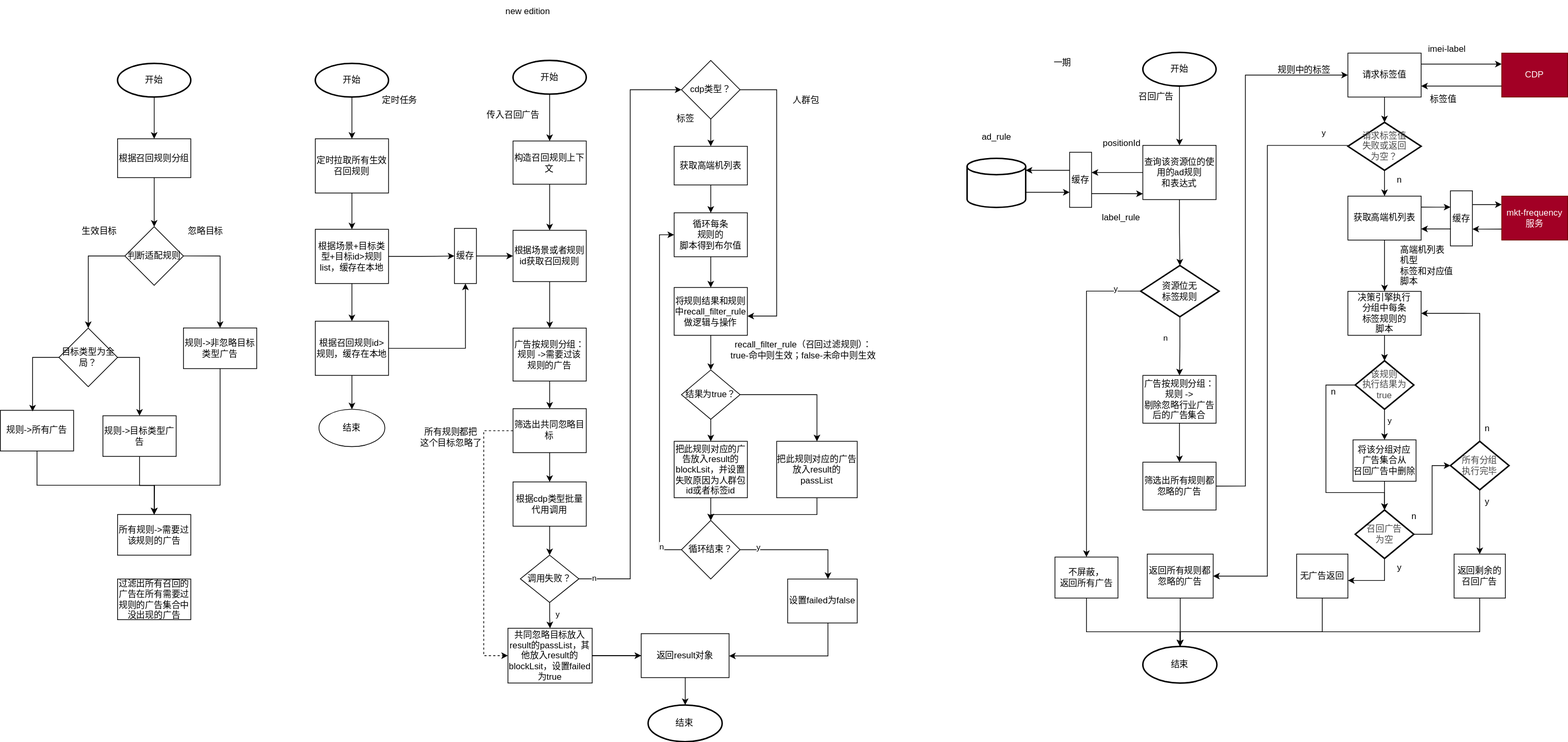
The draw.io diagram 标签频控.svg in WorryFreeCafe/diagram, before a commit. Source tidied: cells renumbered, new cells last; positions are measured from the earlier drawing's top-left corner, leaving out a move shared by most shapes.
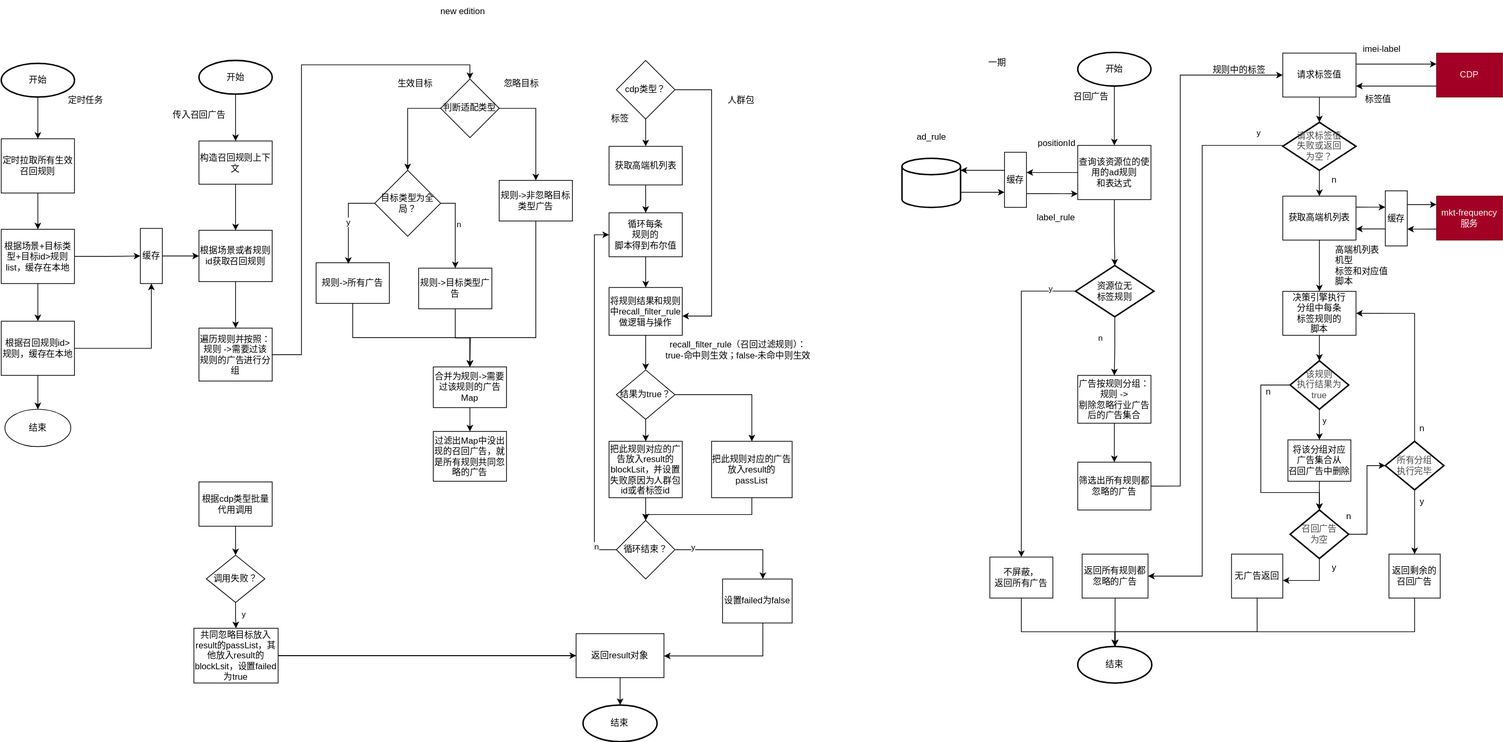
The same diagram one commit later.

Commit message:
更新标签频控.svg

Diff of the diagram source:
```diff
@@ -301,34 +301,34 @@
       <mxGeometry relative="1" as="geometry" />
     </mxCell>
     <mxCell id="76" value="构造召回规则上下文" style="rounded=0;whiteSpace=wrap;html=1;" parent="1" vertex="1">
-      <mxGeometry x="700" y="192" width="100" height="59" as="geometry" />
+      <mxGeometry x="360" y="192" width="100" height="59" as="geometry" />
     </mxCell>
     <mxCell id="77" style="edgeStyle=orthogonalEdgeStyle;rounded=0;jettySize=auto;html=1;" parent="1" edge="1" source="78" target="76">
       <mxGeometry relative="1" as="geometry" />
     </mxCell>
     <mxCell id="78" value="开始" style="strokeWidth=2;html=1;shape=mxgraph.flowchart.start_1;whiteSpace=wrap;" parent="1" vertex="1">
-      <mxGeometry x="700" y="82" width="100" height="46" as="geometry" />
+      <mxGeometry x="360" y="82" width="100" height="46" as="geometry" />
     </mxCell>
     <mxCell id="79" value="传入召回广告" style="text;html=1;align=center;verticalAlign=middle;strokeColor=none;fillColor=none;" parent="1" vertex="1">
-      <mxGeometry x="650" y="142.4" width="100" height="30" as="geometry" />
+      <mxGeometry x="310" y="142.4" width="100" height="30" as="geometry" />
     </mxCell>
     <mxCell id="80" style="edgeStyle=orthogonalEdgeStyle;rounded=0;jettySize=auto;html=1;" parent="1" edge="1" source="81" target="92">
       <mxGeometry relative="1" as="geometry" />
     </mxCell>
     <mxCell id="81" value="根据场景或者规则id获取召回规则" style="rounded=0;whiteSpace=wrap;html=1;" parent="1" vertex="1">
-      <mxGeometry x="700" y="313.9" width="100" height="70" as="geometry" />
+      <mxGeometry x="360" y="313.9" width="100" height="70" as="geometry" />
     </mxCell>
     <mxCell id="82" style="edgeStyle=orthogonalEdgeStyle;rounded=0;jettySize=auto;html=1;" parent="1" edge="1" source="83" target="88">
       <mxGeometry relative="1" as="geometry" />
     </mxCell>
     <mxCell id="83" value="定时拉取所有生效&lt;br&gt;召回规则" style="rounded=0;whiteSpace=wrap;html=1;" parent="1" vertex="1">
-      <mxGeometry x="430" y="189" width="100" height="74" as="geometry" />
+      <mxGeometry x="90" y="189" width="100" height="74" as="geometry" />
     </mxCell>
     <mxCell id="84" style="edgeStyle=orthogonalEdgeStyle;rounded=0;jettySize=auto;html=1;" parent="1" edge="1" source="85" target="83">
       <mxGeometry relative="1" as="geometry" />
     </mxCell>
     <mxCell id="85" value="开始" style="strokeWidth=2;html=1;shape=mxgraph.flowchart.start_1;whiteSpace=wrap;" parent="1" vertex="1">
-      <mxGeometry x="430" y="86" width="100" height="46" as="geometry" />
+      <mxGeometry x="90" y="86" width="100" height="46" as="geometry" />
     </mxCell>
     <mxCell id="86" style="edgeStyle=orthogonalEdgeStyle;rounded=0;jettySize=auto;html=1;entryX=0.5;entryY=0;entryDx=0;entryDy=0;" parent="1" edge="1" source="88" target="91">
       <mxGeometry relative="1" as="geometry" />
@@ -337,7 +337,7 @@
       <mxGeometry relative="1" as="geometry" />
     </mxCell>
     <mxCell id="88" value="根据场景+目标类型+目标id&amp;gt;规则list，缓存在本地" style="rounded=0;whiteSpace=wrap;html=1;" parent="1" vertex="1">
-      <mxGeometry x="430" y="312.6" width="100" height="74" as="geometry" />
+      <mxGeometry x="90" y="312.6" width="100" height="74" as="geometry" />
     </mxCell>
     <mxCell id="89" style="edgeStyle=orthogonalEdgeStyle;rounded=0;jettySize=auto;html=1;" parent="1" edge="1" source="91" target="128">
       <mxGeometry relative="1" as="geometry" />
@@ -346,42 +346,31 @@
       <mxGeometry relative="1" as="geometry" />
     </mxCell>
     <mxCell id="91" value="根据召回规则id&amp;gt;规则，缓存在本地" style="rounded=0;whiteSpace=wrap;html=1;" parent="1" vertex="1">
-      <mxGeometry x="430" y="438" width="100" height="74" as="geometry" />
+      <mxGeometry x="90" y="438" width="100" height="74" as="geometry" />
     </mxCell>
+    <mxCell id="162" style="edgeStyle=orthogonalEdgeStyle;rounded=0;jettySize=auto;html=1;entryX=0.5;entryY=0;entryDx=0;entryDy=0;" parent="1" edge="1" source="92" target="148">
+      <mxGeometry relative="1" as="geometry">
+        <Array as="points">
+          <mxPoint x="500" y="484" />
+          <mxPoint x="500" y="88" />
+          <mxPoint x="730" y="88" />
+        </Array>
+      </mxGeometry>
+    </mxCell>
-    <mxCell id="92" value="广告按规则分组：&lt;br&gt;规则 -&amp;gt;需要过该规则的广告" style="rounded=0;whiteSpace=wrap;html=1;" parent="1" vertex="1">
-      <mxGeometry x="700" y="447.5" width="100" height="72.3" as="geometry" />
+    <mxCell id="92" value="遍历规则并按照：&lt;br&gt;规则 -&amp;gt;需要过该规则的广告进行分组" style="rounded=0;whiteSpace=wrap;html=1;" parent="1" vertex="1">
+      <mxGeometry x="360" y="447.5" width="100" height="72.3" as="geometry" />
     </mxCell>
     <mxCell id="93" style="edgeStyle=orthogonalEdgeStyle;rounded=0;jettySize=auto;html=1;" parent="1" edge="1" source="94" target="81">
       <mxGeometry relative="1" as="geometry" />
     </mxCell>
     <mxCell id="94" value="缓存" style="rounded=0;whiteSpace=wrap;html=1;" parent="1" vertex="1">
-      <mxGeometry x="620" y="311.3" width="30" height="75.2" as="geometry" />
+      <mxGeometry x="280" y="311.3" width="30" height="75.2" as="geometry" />
     </mxCell>
-    <mxCell id="95" style="edgeStyle=orthogonalEdgeStyle;rounded=0;jettySize=auto;html=1;entryX=0.5;entryY=0;entryDx=0;entryDy=0;" parent="1" edge="1" source="97" target="101">
-      <mxGeometry relative="1" as="geometry" />
-    </mxCell>
-    <mxCell id="96" style="edgeStyle=orthogonalEdgeStyle;rounded=0;jettySize=auto;html=1;entryX=0;entryY=0.5;entryDx=0;entryDy=0;dashed=1;" parent="1" edge="1" source="97" target="110">
-      <mxGeometry relative="1" as="geometry">
-        <Array as="points">
-          <mxPoint x="660" y="588" />
-          <mxPoint x="660" y="895" />
-        </Array>
-      </mxGeometry>
-    </mxCell>
-    <mxCell id="97" value="筛选出共同忽略目标" style="rounded=0;whiteSpace=wrap;html=1;" parent="1" vertex="1">
-      <mxGeometry x="700" y="557.5" width="100" height="60" as="geometry" />
-    </mxCell>
-    <mxCell id="98" style="edgeStyle=orthogonalEdgeStyle;rounded=0;jettySize=auto;html=1;entryX=0;entryY=0.5;entryDx=0;entryDy=0;" parent="1" edge="1" source="108" target="104">
-      <mxGeometry relative="1" as="geometry" />
-    </mxCell>
-    <mxCell id="99" value="n" style="edgeLabel;html=1;align=center;verticalAlign=middle;" parent="98" vertex="1">
-      <mxGeometry x="-0.95" y="1" relative="1" as="geometry" />
-    </mxCell>
     <mxCell id="100" style="edgeStyle=orthogonalEdgeStyle;rounded=0;jettySize=auto;html=1;" parent="1" edge="1" source="101" target="108">
       <mxGeometry relative="1" as="geometry" />
     </mxCell>
     <mxCell id="101" value="根据cdp类型批量代用调用" style="rounded=0;whiteSpace=wrap;html=1;" parent="1" vertex="1">
-      <mxGeometry x="700" y="657.5" width="100" height="60.4" as="geometry" />
+      <mxGeometry x="360" y="657.5" width="100" height="60.4" as="geometry" />
     </mxCell>
     <mxCell id="102" style="edgeStyle=orthogonalEdgeStyle;rounded=0;jettySize=auto;html=1;" parent="1" edge="1" source="104" target="114">
       <mxGeometry relative="1" as="geometry" />
@@ -397,9 +386,6 @@
     <mxCell id="104" value="cdp类型？" style="rhombus;whiteSpace=wrap;html=1;" parent="1" vertex="1">
       <mxGeometry x="930" y="82" width="80" height="80" as="geometry" />
     </mxCell>
-    <mxCell id="105" style="edgeStyle=orthogonalEdgeStyle;rounded=0;jettySize=auto;html=1;" parent="1" edge="1" source="92" target="97">
-      <mxGeometry relative="1" as="geometry" />
-    </mxCell>
     <mxCell id="106" style="edgeStyle=orthogonalEdgeStyle;rounded=0;jettySize=auto;html=1;" parent="1" edge="1" source="108" target="110">
       <mxGeometry relative="1" as="geometry" />
     </mxCell>
@@ -407,13 +393,13 @@
       <mxGeometry x="-0.15" y="10" relative="1" as="geometry" />
     </mxCell>
     <mxCell id="108" value="调用失败？" style="rhombus;whiteSpace=wrap;html=1;rounded=0;" parent="1" vertex="1">
-      <mxGeometry x="710" y="757.5" width="80" height="64.5" as="geometry" />
+      <mxGeometry x="370" y="757.5" width="80" height="64.5" as="geometry" />
     </mxCell>
     <mxCell id="109" style="edgeStyle=orthogonalEdgeStyle;rounded=0;jettySize=auto;html=1;entryX=0;entryY=0.5;entryDx=0;entryDy=0;" parent="1" edge="1" source="110" target="129">
       <mxGeometry relative="1" as="geometry" />
     </mxCell>
     <mxCell id="110" value="共同忽略目标放入result的passList，其他放入result的blockLsit，设置failed为true" style="whiteSpace=wrap;html=1;" parent="1" vertex="1">
-      <mxGeometry x="693" y="857.2" width="115" height="74.8" as="geometry" />
+      <mxGeometry x="353" y="857.2" width="115" height="74.8" as="geometry" />
     </mxCell>
     <mxCell id="111" value="结束" style="strokeWidth=2;html=1;shape=mxgraph.flowchart.start_1;whiteSpace=wrap;" parent="1" vertex="1">
       <mxGeometry x="884.5" y="962" width="101.1" height="50" as="geometry" />
@@ -472,7 +458,7 @@
       <mxGeometry x="920" y="602" width="100" height="77" as="geometry" />
     </mxCell>
     <mxCell id="128" value="结束" style="ellipse;whiteSpace=wrap;html=1;rounded=0;" parent="1" vertex="1">
-      <mxGeometry x="435" y="558.2" width="90" height="51" as="geometry" />
+      <mxGeometry x="95" y="558.2" width="90" height="51" as="geometry" />
     </mxCell>
     <mxCell id="129" value="返回result对象" style="whiteSpace=wrap;html=1;rounded=0;" parent="1" vertex="1">
       <mxGeometry x="875" y="864.6" width="120" height="60" as="geometry" />
@@ -499,7 +485,7 @@
       <mxGeometry x="930" y="710" width="80" height="80" as="geometry" />
     </mxCell>
     <mxCell id="134" value="定时任务" style="text;html=1;align=center;verticalAlign=middle;strokeColor=none;fillColor=none;" parent="1" vertex="1">
-      <mxGeometry x="510" y="122" width="70" height="30" as="geometry" />
+      <mxGeometry x="170" y="122" width="70" height="30" as="geometry" />
     </mxCell>
     <mxCell id="135" value="recall_filter_rule（召回过滤规则）：&lt;br&gt;true-命中则生效；false-未命中则生效" style="text;html=1;align=center;verticalAlign=middle;strokeColor=none;fillColor=none;" parent="1" vertex="1">
       <mxGeometry x="985.6" y="457.2" width="220" height="40" as="geometry" />
@@ -517,86 +503,84 @@
     <mxCell id="138" value="设置failed为false" style="whiteSpace=wrap;html=1;rounded=0;" parent="1" vertex="1">
       <mxGeometry x="1075" y="790" width="95" height="60" as="geometry" />
     </mxCell>
-    <mxCell id="139" value="所有规则都把&lt;br&gt;这个目标忽略了" style="text;html=1;align=center;verticalAlign=middle;strokeColor=none;fillColor=none;" parent="1" vertex="1">
-      <mxGeometry x="560" y="577.5" width="110" height="40" as="geometry" />
-    </mxCell>
     <mxCell id="140" value="new edition" style="text;html=1;align=center;verticalAlign=middle;strokeColor=none;fillColor=none;" parent="1" vertex="1">
       <mxGeometry x="680" width="80" height="30" as="geometry" />
     </mxCell>
     <mxCell id="141" value="一期" style="text;html=1;align=center;verticalAlign=middle;strokeColor=none;fillColor=none;" parent="1" vertex="1">
       <mxGeometry x="1425" y="70" width="50" height="30" as="geometry" />
     </mxCell>
-    <mxCell id="142" style="edgeStyle=orthogonalEdgeStyle;rounded=0;jettySize=auto;html=1;" parent="1" edge="1" source="143" target="148">
-      <mxGeometry relative="1" as="geometry" />
-    </mxCell>
-    <mxCell id="143" value="根据召回规则分组" style="rounded=0;whiteSpace=wrap;html=1;" parent="1" vertex="1">
-      <mxGeometry x="160" y="189" width="100" height="53" as="geometry" />
-    </mxCell>
-    <mxCell id="144" style="edgeStyle=orthogonalEdgeStyle;rounded=0;jettySize=auto;html=1;" parent="1" edge="1" source="145" target="143">
-      <mxGeometry relative="1" as="geometry" />
-    </mxCell>
-    <mxCell id="145" value="开始" style="strokeWidth=2;html=1;shape=mxgraph.flowchart.start_1;whiteSpace=wrap;" parent="1" vertex="1">
-      <mxGeometry x="160" y="86" width="100" height="46" as="geometry" />
-    </mxCell>
     <mxCell id="146" style="edgeStyle=orthogonalEdgeStyle;rounded=0;jettySize=auto;html=1;entryX=0.5;entryY=0;entryDx=0;entryDy=0;" parent="1" edge="1" source="148" target="150">
-      <mxGeometry relative="1" as="geometry" />
+      <mxGeometry relative="1" as="geometry">
+        <Array as="points">
+          <mxPoint x="645" y="148" />
+        </Array>
+      </mxGeometry>
     </mxCell>
     <mxCell id="147" style="edgeStyle=orthogonalEdgeStyle;rounded=0;jettySize=auto;html=1;exitX=1;exitY=0.5;exitDx=0;exitDy=0;" parent="1" edge="1" source="148" target="159">
       <mxGeometry relative="1" as="geometry" />
     </mxCell>
-    <mxCell id="148" value="判断适配规则" style="rhombus;whiteSpace=wrap;html=1;" parent="1" vertex="1">
-      <mxGeometry x="170" y="308.9" width="80" height="80" as="geometry" />
+    <mxCell id="148" value="判断适配类型" style="rhombus;whiteSpace=wrap;html=1;" parent="1" vertex="1">
+      <mxGeometry x="690" y="107.4" width="80" height="80" as="geometry" />
     </mxCell>
     <mxCell id="149" style="edgeStyle=orthogonalEdgeStyle;rounded=0;jettySize=auto;html=1;exitX=1;exitY=0.5;exitDx=0;exitDy=0;" parent="1" edge="1" source="150" target="155">
       <mxGeometry relative="1" as="geometry" />
     </mxCell>
+    <mxCell id="99" value="n" style="edgeLabel;html=1;align=center;verticalAlign=middle;" parent="149" vertex="1">
+      <mxGeometry x="-0.12" y="4" relative="1" as="geometry" />
+    </mxCell>
     <mxCell id="150" value="目标类型为全局？" style="rhombus;whiteSpace=wrap;html=1;" parent="1" vertex="1">
-      <mxGeometry x="80" y="447.4" width="80" height="80" as="geometry" />
+      <mxGeometry x="600" y="232" width="90" height="90" as="geometry" />
     </mxCell>
     <mxCell id="151" style="edgeStyle=orthogonalEdgeStyle;rounded=0;jettySize=auto;html=1;" parent="1" edge="1" source="152" target="160">
       <mxGeometry relative="1" as="geometry">
         <Array as="points">
-          <mxPoint x="50" y="662" />
-          <mxPoint x="210" y="662" />
+          <mxPoint x="570" y="460.5" />
+          <mxPoint x="730" y="460.5" />
         </Array>
       </mxGeometry>
     </mxCell>
     <mxCell id="152" value="规则-&amp;gt;所有广告" style="rounded=0;whiteSpace=wrap;html=1;" parent="1" vertex="1">
-      <mxGeometry y="559.7" width="100" height="55.5" as="geometry" />
+      <mxGeometry x="520" y="358.2" width="100" height="55.5" as="geometry" />
     </mxCell>
     <mxCell id="153" style="edgeStyle=orthogonalEdgeStyle;rounded=0;jettySize=auto;html=1;entryX=0.44;entryY=0.028;entryDx=0;entryDy=0;entryPerimeter=0;exitX=0;exitY=0.5;exitDx=0;exitDy=0;" parent="1" edge="1" source="150" target="152">
       <mxGeometry relative="1" as="geometry" />
     </mxCell>
+    <mxCell id="163" value="y" style="edgeLabel;html=1;align=center;verticalAlign=middle;" parent="153" vertex="1">
+      <mxGeometry x="0.03" y="-1" relative="1" as="geometry" />
+    </mxCell>
     <mxCell id="154" style="edgeStyle=orthogonalEdgeStyle;rounded=0;jettySize=auto;html=1;exitX=0.5;exitY=1;exitDx=0;exitDy=0;" parent="1" edge="1" source="155">
       <mxGeometry relative="1" as="geometry">
-        <mxPoint x="210" y="702" as="targetPoint" />
+        <mxPoint x="730" y="500.5" as="targetPoint" />
       </mxGeometry>
     </mxCell>
     <mxCell id="155" value="规则-&amp;gt;目标类型广告" style="rounded=0;whiteSpace=wrap;html=1;" parent="1" vertex="1">
-      <mxGeometry x="140" y="567.1" width="100" height="55.5" as="geometry" />
+      <mxGeometry x="660" y="365.6" width="100" height="55.5" as="geometry" />
     </mxCell>
     <mxCell id="156" value="忽略目标" style="text;html=1;align=center;verticalAlign=middle;strokeColor=none;fillColor=none;" parent="1" vertex="1">
-      <mxGeometry x="245" y="300" width="70" height="30" as="geometry" />
+      <mxGeometry x="765" y="98.5" width="70" height="30" as="geometry" />
     </mxCell>
     <mxCell id="157" value="生效&lt;span style=&quot;background-color: initial;&quot;&gt;目标&lt;/span&gt;" style="text;html=1;align=center;verticalAlign=middle;strokeColor=none;fillColor=none;" parent="1" vertex="1">
-      <mxGeometry x="100" y="300" width="70" height="30" as="geometry" />
+      <mxGeometry x="620" y="98.5" width="70" height="30" as="geometry" />
     </mxCell>
     <mxCell id="158" style="edgeStyle=orthogonalEdgeStyle;rounded=0;jettySize=auto;html=1;exitX=0.5;exitY=1;exitDx=0;exitDy=0;" parent="1" edge="1" source="159" target="160">
       <mxGeometry relative="1" as="geometry">
         <Array as="points">
-          <mxPoint x="300" y="662" />
-          <mxPoint x="210" y="662" />
+          <mxPoint x="820" y="460.5" />
+          <mxPoint x="730" y="460.5" />
         </Array>
       </mxGeometry>
     </mxCell>
     <mxCell id="159" value="规则-&amp;gt;非忽略目标类型广告" style="rounded=0;whiteSpace=wrap;html=1;" parent="1" vertex="1">
-      <mxGeometry x="250" y="447.2" width="100" height="55.5" as="geometry" />
+      <mxGeometry x="770" y="245.8" width="100" height="55.5" as="geometry" />
     </mxCell>
+    <mxCell id="164" style="edgeStyle=orthogonalEdgeStyle;rounded=0;jettySize=auto;html=1;" parent="1" edge="1" source="160" target="161">
+      <mxGeometry relative="1" as="geometry" />
+    </mxCell>
-    <mxCell id="160" value="所有规则-&amp;gt;需要过该规则的广告" style="rounded=0;whiteSpace=wrap;html=1;" parent="1" vertex="1">
-      <mxGeometry x="160" y="702" width="100" height="55.5" as="geometry" />
+    <mxCell id="160" value="合并为规则-&amp;gt;需要过该规则的广告Map" style="rounded=0;whiteSpace=wrap;html=1;" parent="1" vertex="1">
+      <mxGeometry x="680" y="500.5" width="100" height="55.5" as="geometry" />
     </mxCell>
-    <mxCell id="161" value="过滤出所有召回的广告在所有需要过规则的广告集合中没出现的广告" style="rounded=0;whiteSpace=wrap;html=1;" parent="1" vertex="1">
-      <mxGeometry x="160" y="790" width="100" height="55.5" as="geometry" />
+    <mxCell id="161" value="过滤出Map中没出现的召回广告，就是所有规则共同忽略的广告" style="rounded=0;whiteSpace=wrap;html=1;" parent="1" vertex="1">
+      <mxGeometry x="680" y="588.5" width="100" height="68" as="geometry" />
     </mxCell>
   </root>
 </mxGraphModel>
```
